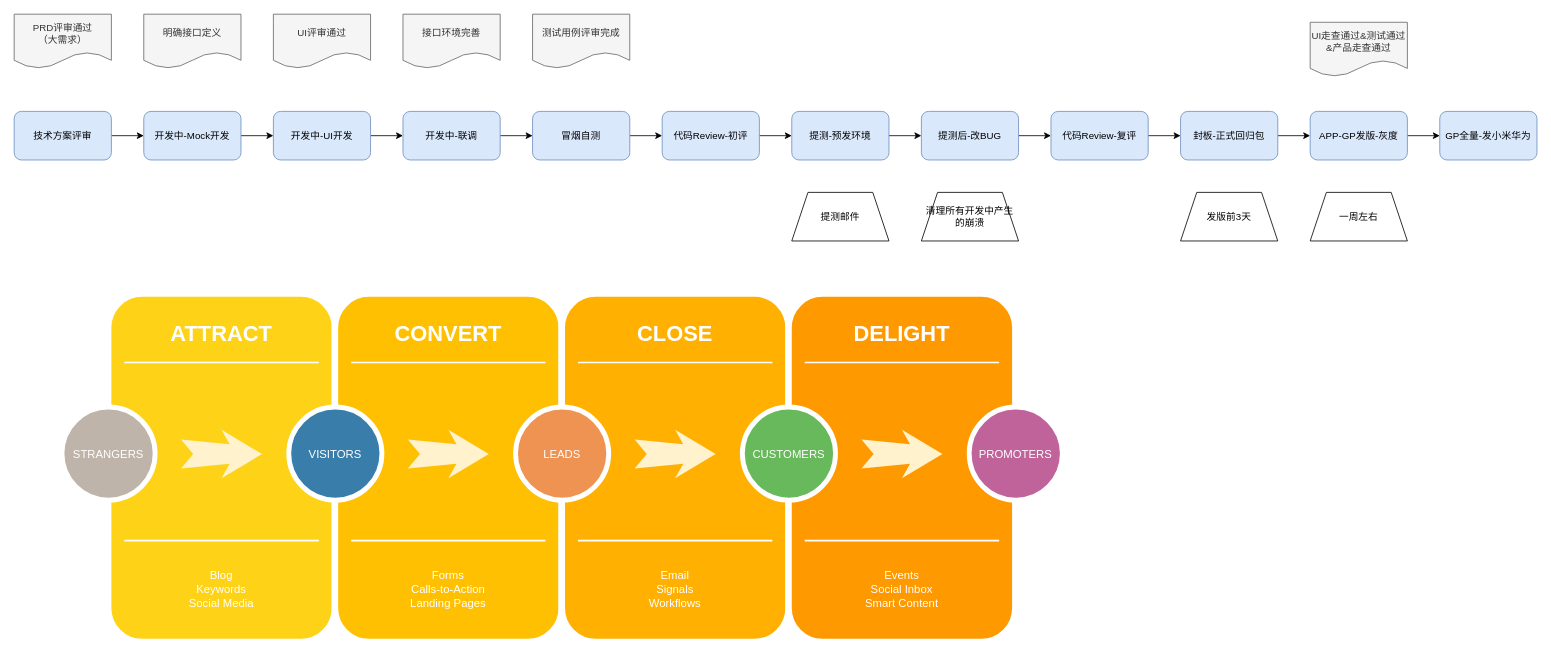
hardygege/work keeps this draw.io diagram as Untitled Diagram.drawio. Above is the earlier version. Source tidied: cells renumbered, new cells numbered last; positions are measured from the earlier drawing's top-left corner, leaving out a move shared by most shapes. Both pictures are drawn from the tidied source at 81%, with x=0, y=0 at pixel (14, 14).
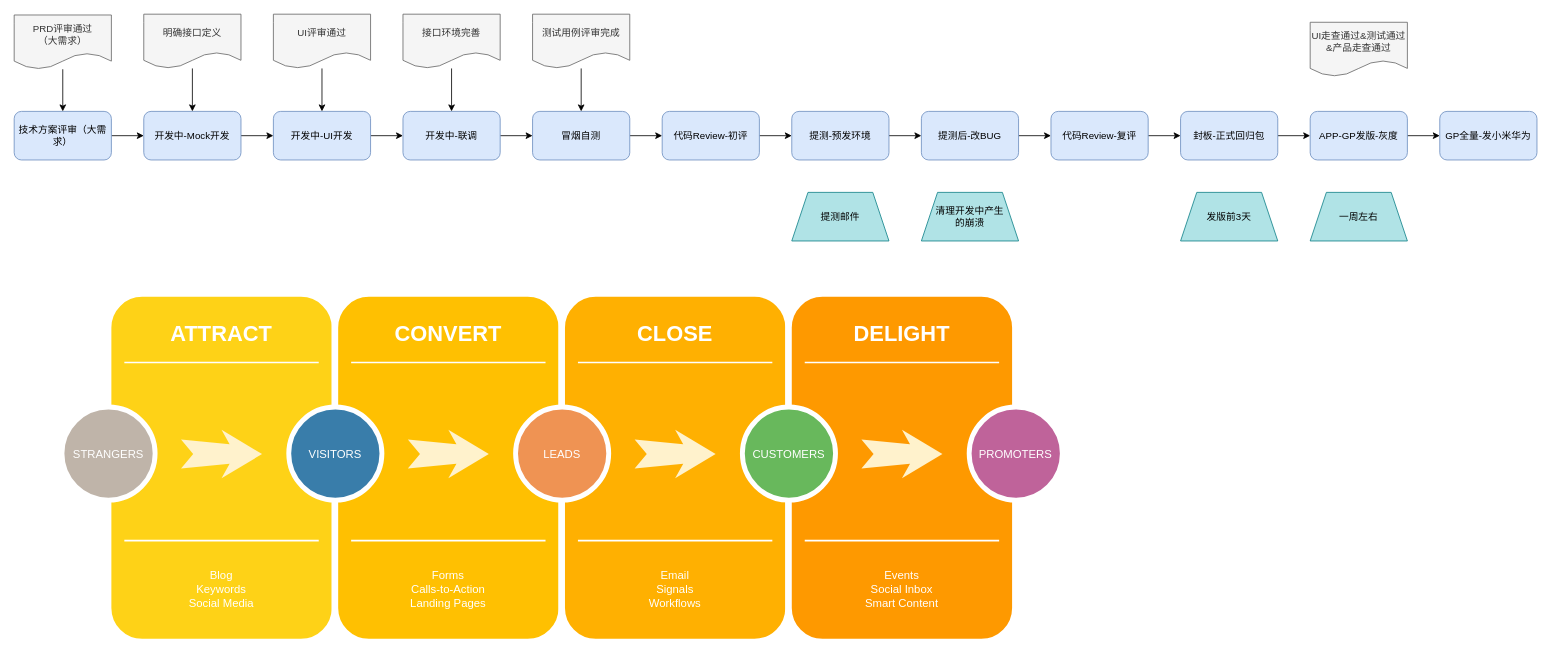
The same page after the edit.

The change refers to these unchanged cells:
```xml
<mxCell id="35" value="开发中-Mock开发" style="rounded=1;whiteSpace=wrap;html=1;fillColor=#dae8fc;strokeColor=#6c8ebf;" parent="1" vertex="1">
  <mxGeometry x="160" y="120" width="120" height="60" as="geometry" />
</mxCell>
<mxCell id="37" value="开发中-UI开发" style="rounded=1;whiteSpace=wrap;html=1;fillColor=#dae8fc;strokeColor=#6c8ebf;" parent="1" vertex="1">
  <mxGeometry x="320" y="120" width="120" height="60" as="geometry" />
</mxCell>
<mxCell id="39" value="开发中-联调" style="rounded=1;whiteSpace=wrap;html=1;fillColor=#dae8fc;strokeColor=#6c8ebf;" parent="1" vertex="1">
  <mxGeometry x="480" y="120" width="120" height="60" as="geometry" />
</mxCell>
<mxCell id="41" value="冒烟自测" style="rounded=1;whiteSpace=wrap;html=1;fillColor=#dae8fc;strokeColor=#6c8ebf;" parent="1" vertex="1">
  <mxGeometry x="640" y="120" width="120" height="60" as="geometry" />
</mxCell>
<mxCell id="52" value="明确接口定义" style="shape=document;whiteSpace=wrap;html=1;boundedLbl=1;fillColor=#f5f5f5;strokeColor=#666666;fontColor=#333333;" parent="1" vertex="1">
  <mxGeometry x="160" width="120" height="67" as="geometry" />
</mxCell>
<mxCell id="53" value="UI评审通过" style="shape=document;whiteSpace=wrap;html=1;boundedLbl=1;fillColor=#f5f5f5;strokeColor=#666666;fontColor=#333333;" parent="1" vertex="1">
  <mxGeometry x="320" width="120" height="67" as="geometry" />
</mxCell>
<mxCell id="54" value="接口环境完善" style="shape=document;whiteSpace=wrap;html=1;boundedLbl=1;fillColor=#f5f5f5;strokeColor=#666666;fontColor=#333333;" parent="1" vertex="1">
  <mxGeometry x="480" width="120" height="67" as="geometry" />
</mxCell>
<mxCell id="55" value="测试用例评审完成" style="shape=document;whiteSpace=wrap;html=1;boundedLbl=1;fillColor=#f5f5f5;strokeColor=#666666;fontColor=#333333;" parent="1" vertex="1">
  <mxGeometry x="640" width="120" height="67" as="geometry" />
</mxCell>
```

Diff of the diagram source:
```diff
@@
-    <mxCell id="32" value="技术方案评审" style="rounded=1;whiteSpace=wrap;html=1;fillColor=#dae8fc;strokeColor=#6c8ebf;" parent="1" vertex="1">
+    <mxCell id="32" value="技术方案评审（大需求）" style="rounded=1;whiteSpace=wrap;html=1;fillColor=#dae8fc;strokeColor=#6c8ebf;" parent="1" vertex="1">
       <mxGeometry y="120" width="120" height="60" as="geometry" />
     </mxCell>
+    <mxCell id="64" style="edgeStyle=orthogonalEdgeStyle;rounded=0;jettySize=auto;html=1;" parent="1" edge="1" source="33" target="32">
+      <mxGeometry relative="1" as="geometry" />
+    </mxCell>
     <mxCell id="33" value="PRD评审通过&lt;br&gt;（大需求）" style="shape=document;whiteSpace=wrap;html=1;boundedLbl=1;fillColor=#f5f5f5;strokeColor=#666666;fontColor=#333333;" parent="1" vertex="1">
-      <mxGeometry width="120" height="67" as="geometry" />
+      <mxGeometry y="1" width="120" height="67" as="geometry" />
     </mxCell>
@@
+    <mxCell id="65" style="edgeStyle=orthogonalEdgeStyle;rounded=0;jettySize=auto;html=1;" parent="1" edge="1" source="52" target="35">
+      <mxGeometry relative="1" as="geometry" />
+    </mxCell>
@@
+    <mxCell id="66" style="edgeStyle=orthogonalEdgeStyle;rounded=0;jettySize=auto;html=1;" parent="1" edge="1" source="53" target="37">
+      <mxGeometry relative="1" as="geometry" />
+    </mxCell>
@@
+    <mxCell id="67" style="edgeStyle=orthogonalEdgeStyle;rounded=0;jettySize=auto;html=1;" parent="1" edge="1" source="54" target="39">
+      <mxGeometry relative="1" as="geometry" />
+    </mxCell>
@@
+    <mxCell id="68" style="edgeStyle=orthogonalEdgeStyle;rounded=0;jettySize=auto;html=1;" parent="1" edge="1" source="55" target="41">
+      <mxGeometry relative="1" as="geometry" />
+    </mxCell>
@@
-    <mxCell id="56" value="提测邮件" style="shape=trapezoid;perimeter=trapezoidPerimeter;whiteSpace=wrap;html=1;fixedSize=1;" parent="1" vertex="1">
+    <mxCell id="56" value="提测邮件" style="shape=trapezoid;perimeter=trapezoidPerimeter;whiteSpace=wrap;html=1;fixedSize=1;fillColor=#b0e3e6;strokeColor=#0e8088;" parent="1" vertex="1">
       <mxGeometry x="960" y="220" width="120" height="60" as="geometry" />
     </mxCell>
-    <mxCell id="57" value="发版前3天" style="shape=trapezoid;perimeter=trapezoidPerimeter;whiteSpace=wrap;html=1;fixedSize=1;" parent="1" vertex="1">
+    <mxCell id="57" value="发版前3天" style="shape=trapezoid;perimeter=trapezoidPerimeter;whiteSpace=wrap;html=1;fixedSize=1;fillColor=#b0e3e6;strokeColor=#0e8088;" parent="1" vertex="1">
       <mxGeometry x="1440" y="220" width="120" height="60" as="geometry" />
     </mxCell>
@@
-    <mxCell id="59" value="清理所有开发中产生的崩溃" style="shape=trapezoid;perimeter=trapezoidPerimeter;whiteSpace=wrap;html=1;fixedSize=1;" parent="1" vertex="1">
+    <mxCell id="59" value="清理开发中产生&lt;br&gt;的崩溃" style="shape=trapezoid;perimeter=trapezoidPerimeter;whiteSpace=wrap;html=1;fixedSize=1;fillColor=#b0e3e6;strokeColor=#0e8088;" parent="1" vertex="1">
       <mxGeometry x="1120" y="220" width="120" height="60" as="geometry" />
     </mxCell>
@@
-    <mxCell id="61" value="一周左右" style="shape=trapezoid;perimeter=trapezoidPerimeter;whiteSpace=wrap;html=1;fixedSize=1;" parent="1" vertex="1">
+    <mxCell id="61" value="一周左右" style="shape=trapezoid;perimeter=trapezoidPerimeter;whiteSpace=wrap;html=1;fixedSize=1;fillColor=#b0e3e6;strokeColor=#0e8088;" parent="1" vertex="1">
       <mxGeometry x="1600" y="220" width="120" height="60" as="geometry" />
     </mxCell>
```
